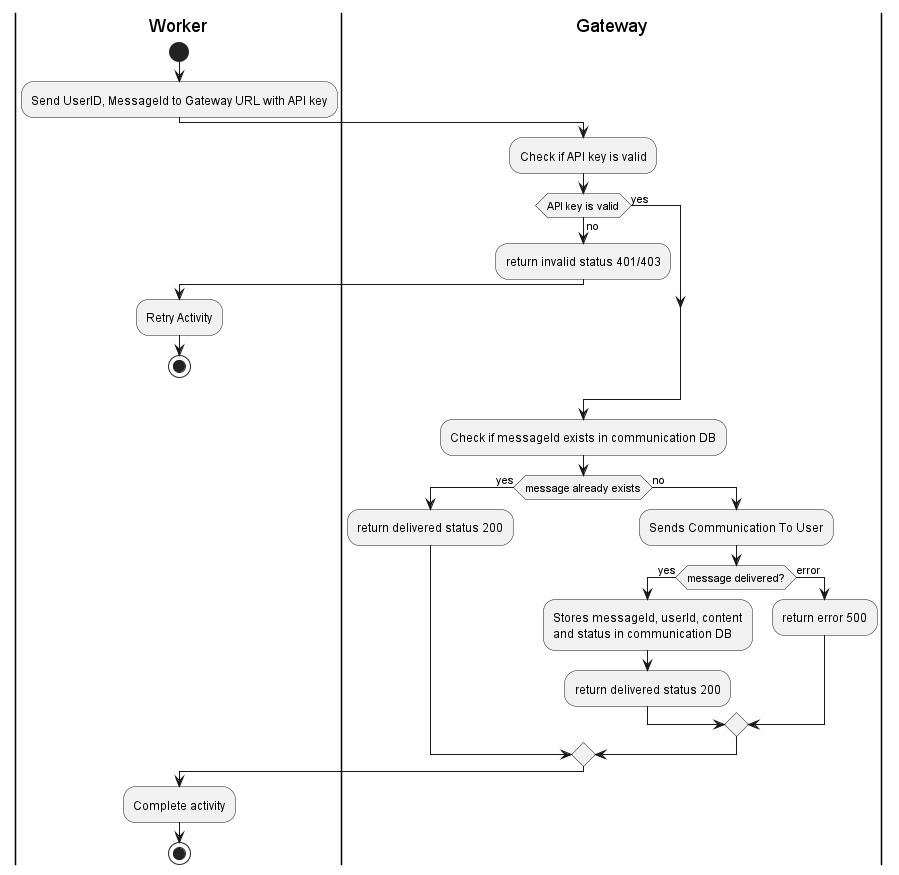
Before: Designs/Images/Activity Diagrams/Send Message To Gateway Activity.png, a diagram exported from PlantUML (CameronWard301/communication_scheduler).
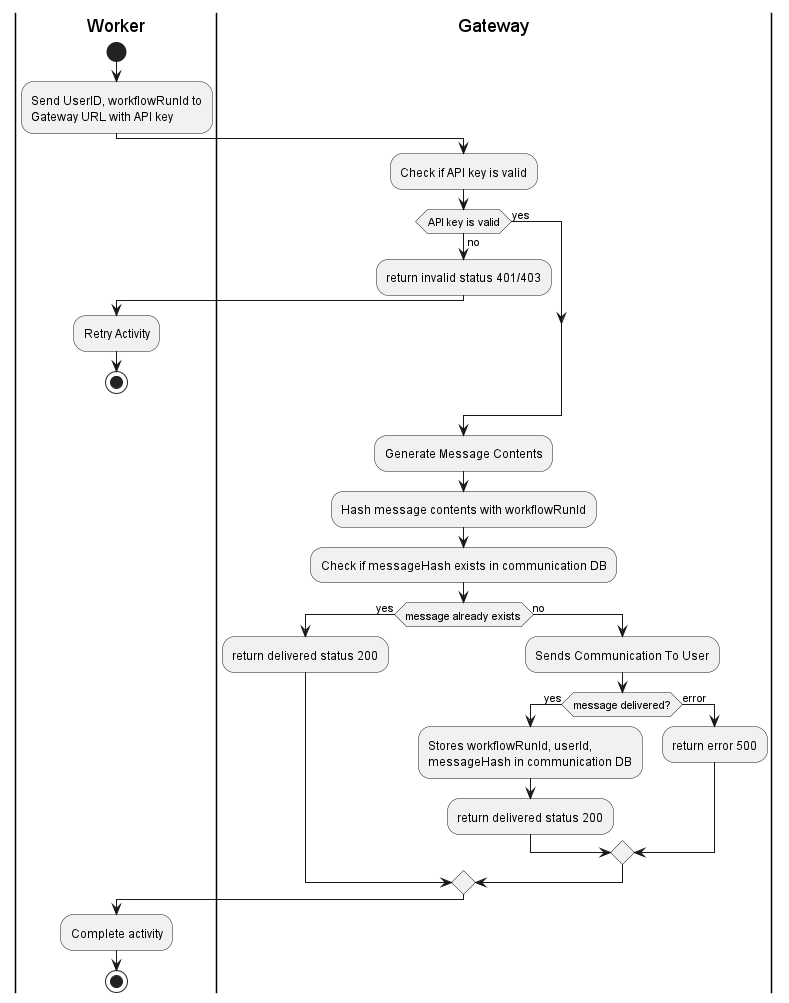
Above is the later version.

Commit message:
refined Gateway design to accept workflowRunId

Change to the diagram source:
```diff
@@ -3,7 +3,8 @@
 
 start
 
-:Send UserID, MessageId to Gateway URL with API key;
+:Send UserID, workflowRunId to
+Gateway URL with API key;
 
 |Gateway|
 
@@ -18,8 +19,10 @@
 endif
 
 |Gateway|
+:Generate Message Contents;
+:Hash message contents with workflowRunId;
 
-:Check if messageId exists in communication DB;
+:Check if messageHash exists in communication DB;
 if (message already exists) is (yes) then
 :return delivered status 200;
 else (no)
@@ -27,8 +30,8 @@
 :Sends Communication To User;
 
     if (message delivered?) is (yes) then
-    :Stores messageId, userId, content
-    and status in communication DB;
+    :Stores workflowRunId, userId,
+    messageHash in communication DB;
     :return delivered status 200;
     else (error)
     :return error 500;
```
